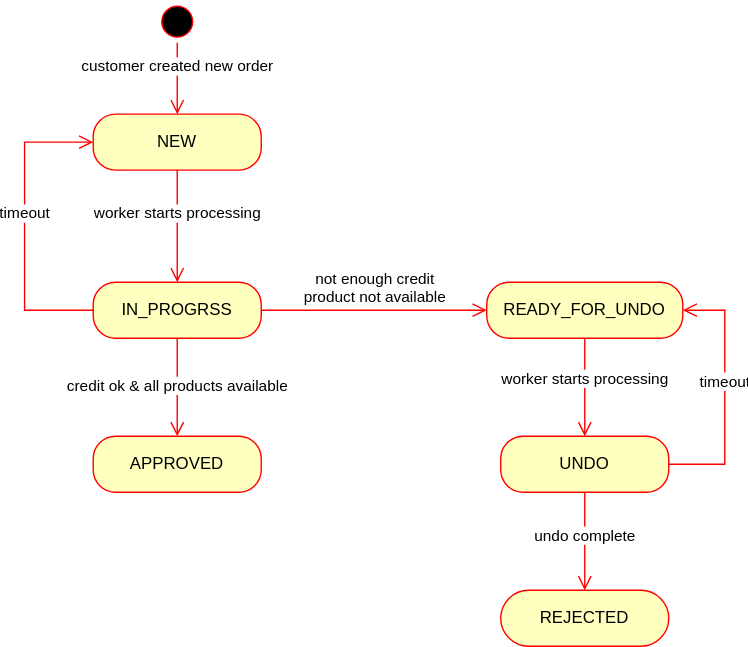
The draw.io diagram images/order_state_diagram.drawio.svg in tederer/ssoa-pt-grp7, before a commit. Source tidied: cells renumbered, new cells last; positions are measured from the earlier drawing's top-left corner, leaving out a move shared by most shapes. Source of this version:
```xml
<mxGraphModel>
  <root>
    <mxCell id="0" />
    <mxCell id="1" parent="0" />
    <mxCell id="2" style="ellipse;html=1;shape=startState;fillColor=#000000;strokeColor=#ff0000;" parent="1" vertex="1">
      <mxGeometry x="94" width="30" height="30" as="geometry" />
    </mxCell>
    <mxCell id="3" value="customer created new order" style="edgeStyle=orthogonalEdgeStyle;html=1;verticalAlign=bottom;endArrow=open;endSize=8;strokeColor=#ff0000;rounded=0;" parent="1" edge="1" source="2" target="4">
      <mxGeometry relative="1" as="geometry" />
    </mxCell>
    <mxCell id="4" value="NEW" style="rounded=1;whiteSpace=wrap;html=1;arcSize=40;fontColor=#000000;fillColor=#ffffc0;strokeColor=#ff0000;" parent="1" vertex="1">
      <mxGeometry x="49" y="81" width="120" height="40" as="geometry" />
    </mxCell>
    <mxCell id="5" value="worker starts processing" style="edgeStyle=orthogonalEdgeStyle;html=1;verticalAlign=bottom;endArrow=open;endSize=8;strokeColor=#ff0000;rounded=0;" parent="1" edge="1" source="4" target="6">
      <mxGeometry relative="1" as="geometry" />
    </mxCell>
    <mxCell id="6" value="IN_PROGRSS" style="rounded=1;whiteSpace=wrap;html=1;arcSize=40;fontColor=#000000;fillColor=#ffffc0;strokeColor=#ff0000;" parent="1" vertex="1">
      <mxGeometry x="49" y="201" width="120" height="40" as="geometry" />
    </mxCell>
    <mxCell id="7" value="credit ok &amp;amp; all products available" style="edgeStyle=orthogonalEdgeStyle;html=1;verticalAlign=bottom;endArrow=open;endSize=8;strokeColor=#ff0000;rounded=0;" parent="1" edge="1" source="6" target="8">
      <mxGeometry x="0.23" relative="1" as="geometry" />
    </mxCell>
    <mxCell id="8" value="APPROVED" style="rounded=1;whiteSpace=wrap;html=1;arcSize=40;fontColor=#000000;fillColor=#ffffc0;strokeColor=#ff0000;" parent="1" vertex="1">
      <mxGeometry x="49" y="311" width="120" height="40" as="geometry" />
    </mxCell>
    <mxCell id="9" value="READY_FOR_UNDO" style="rounded=1;whiteSpace=wrap;html=1;arcSize=40;fontColor=#000000;fillColor=#ffffc0;strokeColor=#ff0000;" parent="1" vertex="1">
      <mxGeometry x="330" y="201" width="140" height="40" as="geometry" />
    </mxCell>
    <mxCell id="10" value="UNDO" style="rounded=1;whiteSpace=wrap;html=1;arcSize=40;fontColor=#000000;fillColor=#ffffc0;strokeColor=#ff0000;" parent="1" vertex="1">
      <mxGeometry x="340" y="311" width="120" height="40" as="geometry" />
    </mxCell>
    <mxCell id="11" value="REJECTED" style="rounded=1;whiteSpace=wrap;html=1;arcSize=50;fontColor=#000000;fillColor=#ffffc0;strokeColor=#ff0000;" parent="1" vertex="1">
      <mxGeometry x="340" y="421" width="120" height="40" as="geometry" />
    </mxCell>
    <mxCell id="12" value="not enough credit&lt;br&gt;product not available" style="edgeStyle=orthogonalEdgeStyle;html=1;verticalAlign=bottom;endArrow=open;endSize=8;strokeColor=#ff0000;rounded=0;" parent="1" edge="1" source="6" target="9">
      <mxGeometry relative="1" as="geometry" />
    </mxCell>
    <mxCell id="13" value="worker starts processing" style="edgeStyle=orthogonalEdgeStyle;html=1;verticalAlign=bottom;endArrow=open;endSize=8;strokeColor=#ff0000;rounded=0;" parent="1" edge="1" source="9" target="10">
      <mxGeometry x="0.09" relative="1" as="geometry" />
    </mxCell>
    <mxCell id="14" value="undo complete" style="edgeStyle=orthogonalEdgeStyle;html=1;verticalAlign=bottom;endArrow=open;endSize=8;strokeColor=#ff0000;rounded=0;" parent="1" edge="1" source="10" target="11">
      <mxGeometry x="0.14" relative="1" as="geometry">
        <Array as="points">
          <mxPoint x="400" y="381" />
          <mxPoint x="400" y="381" />
        </Array>
      </mxGeometry>
    </mxCell>
    <mxCell id="15" value="timeout" style="edgeStyle=orthogonalEdgeStyle;html=1;verticalAlign=bottom;endArrow=open;endSize=8;strokeColor=#ff0000;rounded=0;" parent="1" edge="1" source="6" target="4">
      <mxGeometry relative="1" as="geometry">
        <Array as="points">
          <mxPoint y="221" />
          <mxPoint y="101" />
        </Array>
      </mxGeometry>
    </mxCell>
    <mxCell id="16" value="timeout" style="edgeStyle=orthogonalEdgeStyle;html=1;verticalAlign=bottom;endArrow=open;endSize=8;strokeColor=#ff0000;rounded=0;" parent="1" edge="1" source="10" target="9">
      <mxGeometry relative="1" as="geometry">
        <Array as="points">
          <mxPoint x="500" y="331" />
          <mxPoint x="500" y="221" />
        </Array>
      </mxGeometry>
    </mxCell>
  </root>
</mxGraphModel>
```
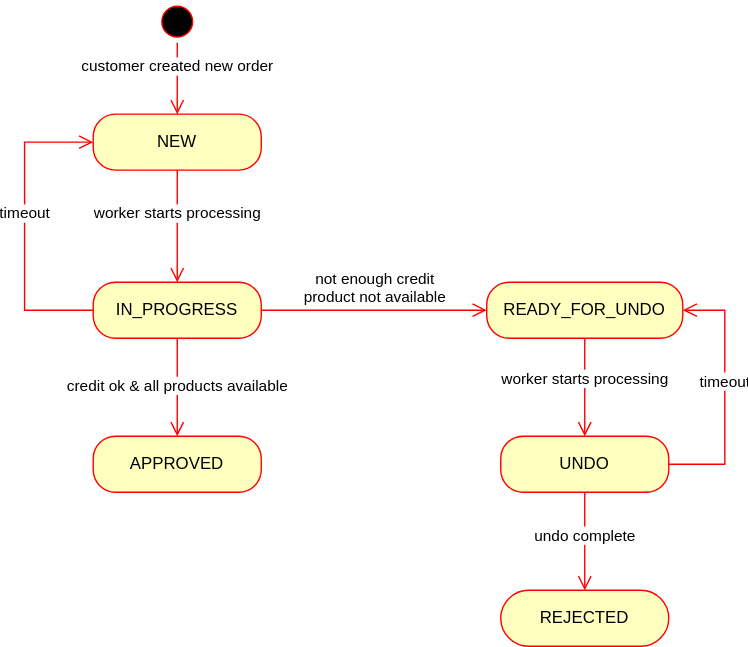
Later version of the same file.

Change to the diagram source:
```diff
@@ -14,7 +14,7 @@
     <mxCell id="5" value="worker starts processing" style="edgeStyle=orthogonalEdgeStyle;html=1;verticalAlign=bottom;endArrow=open;endSize=8;strokeColor=#ff0000;rounded=0;" parent="1" edge="1" source="4" target="6">
       <mxGeometry relative="1" as="geometry" />
     </mxCell>
-    <mxCell id="6" value="IN_PROGRSS" style="rounded=1;whiteSpace=wrap;html=1;arcSize=40;fontColor=#000000;fillColor=#ffffc0;strokeColor=#ff0000;" parent="1" vertex="1">
+    <mxCell id="6" value="IN_PROGRESS" style="rounded=1;whiteSpace=wrap;html=1;arcSize=40;fontColor=#000000;fillColor=#ffffc0;strokeColor=#ff0000;" parent="1" vertex="1">
       <mxGeometry x="49" y="201" width="120" height="40" as="geometry" />
     </mxCell>
     <mxCell id="7" value="credit ok &amp;amp; all products available" style="edgeStyle=orthogonalEdgeStyle;html=1;verticalAlign=bottom;endArrow=open;endSize=8;strokeColor=#ff0000;rounded=0;" parent="1" edge="1" source="6" target="8">
```
